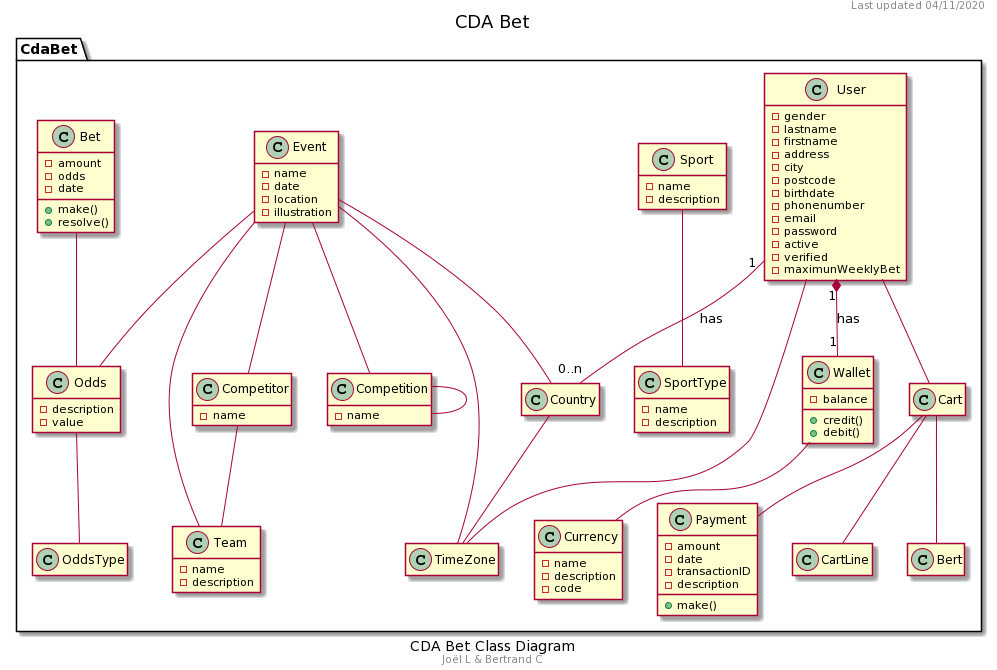
This is docs/diagrams/export/CDA Bet Class Diagram.png from OFP-CDA-Mulhouse-2020/parisportif1, a PlantUML export, as it was before one commit.
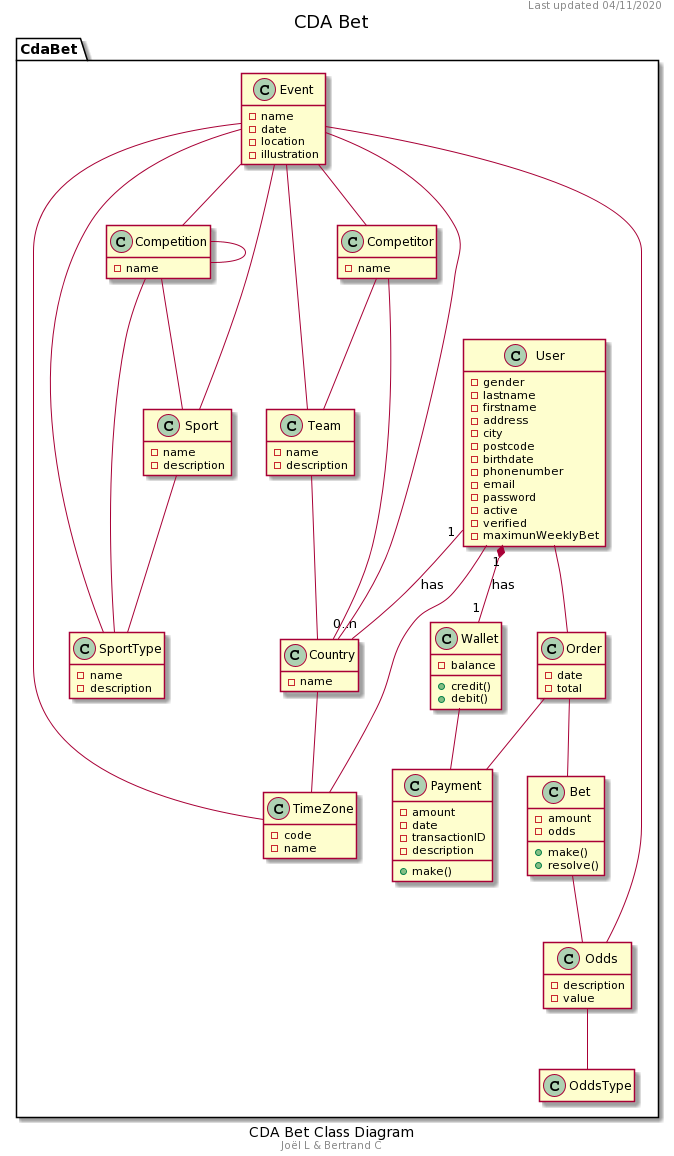
Later version of the same file.

Commit message:
Class diagram update

The edit, as a diff of the source:
```diff
@@ -23,16 +23,12 @@
     }
 
     class Country{
+        -name
     }
 
     class TimeZone{
-    }
-
-
-    class Currency {
+        -code
         -name
-        -description
-        -code
     }
 
     class Wallet {
@@ -90,36 +86,39 @@
     class Bet {
         -amount
         -odds
-        -date
         +make()
         +resolve()
     }
 
-    class Cart {
-    }
-
-    class CartLine {
+    class Order {
+        -date
+        -total
     }
 
     User "1" *-- "1" Wallet : has
     User "1" -- "0..n" Country : has
     User -- TimeZone
     Country -- TimeZone
-    Wallet -- Currency
+    Wallet -- Payment
     Sport -- SportType
     Competitor -- Team
+    Competitor -- Country
+    Team -- Country
     Odds -- OddsType
     Bet -- Odds
     Event -- Competition
     Competition -- Competition
-    Cart -- CartLine
-    Cart -- Payment
+    Competition -- Sport
+    Competition -- SportType
+    Order -- Payment
     Event -- Odds
+    Event -- Sport
+    Event -- SportType
     Event -- Competitor
     Event -- Team
     Event -- Country
     Event -- TimeZone
-    User -- Cart
-    Cart -- Bert
+    User -- Order
+    Order -- Bet
 }
 @enduml
```
